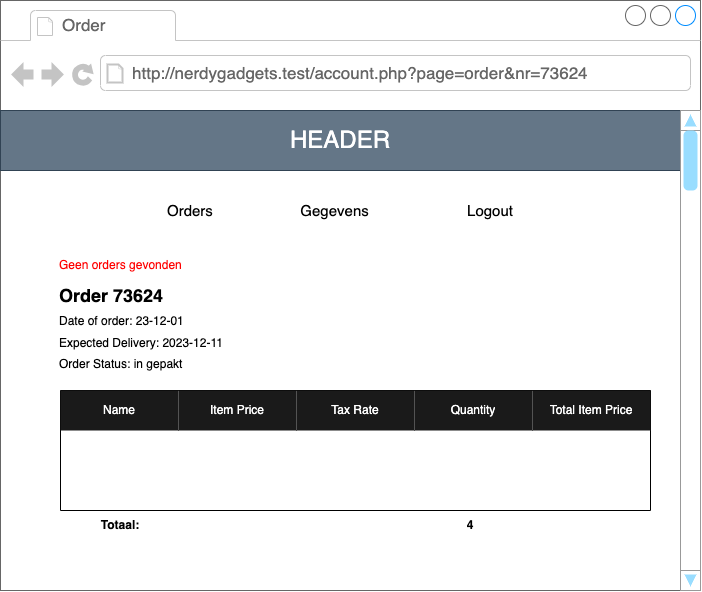
The draw.io diagram drawio/wireframe/KlantOrderDetails_sprint_6wireframe.drawio.png in Naraquoth/nerdygadgets, before a commit. Source tidied: cells renumbered, new cells last; positions are measured from the earlier drawing's top-left corner, leaving out a move shared by most shapes.
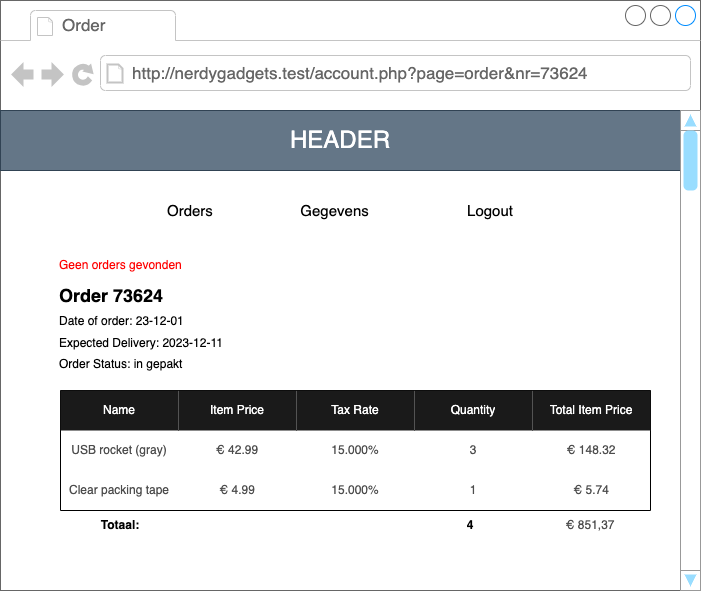
Later version of the same file.

Commit message:
collor fix wireframe

The edit, as a diff of the source:
```diff
@@ -47,37 +47,37 @@
     <mxCell id="16" style="shape=tableRow;horizontal=0;startSize=0;swimlaneHead=0;swimlaneBody=0;top=0;left=0;bottom=0;right=0;fillColor=none;fontColor=#FFFFFF;" parent="9" vertex="1">
       <mxGeometry y="40" width="590" height="40" as="geometry" />
     </mxCell>
-    <mxCell id="17" value="USB rocket (gray)" style="shape=partialRectangle;html=1;whiteSpace=wrap;fillColor=none;top=0;left=0;bottom=0;right=0;overflow=hidden;fontSize=12;fontColor=#FFFFFF;" parent="16" vertex="1">
+    <mxCell id="17" value="&lt;font color=&quot;#4d4d4d&quot;&gt;USB rocket (gray)&lt;/font&gt;" style="shape=partialRectangle;html=1;whiteSpace=wrap;fillColor=none;top=0;left=0;bottom=0;right=0;overflow=hidden;fontSize=12;fontColor=#FFFFFF;" parent="16" vertex="1">
       <mxGeometry width="118" height="40" as="geometry" />
     </mxCell>
-    <mxCell id="18" value="€ 42.99" style="shape=partialRectangle;html=1;whiteSpace=wrap;fillColor=none;top=0;left=0;bottom=0;right=0;overflow=hidden;fontSize=12;fontColor=#FFFFFF;" parent="16" vertex="1">
+    <mxCell id="18" value="&lt;font color=&quot;#4d4d4d&quot;&gt;€ 42.99&lt;/font&gt;" style="shape=partialRectangle;html=1;whiteSpace=wrap;fillColor=none;top=0;left=0;bottom=0;right=0;overflow=hidden;fontSize=12;fontColor=#FFFFFF;" parent="16" vertex="1">
       <mxGeometry x="118" width="118" height="40" as="geometry" />
     </mxCell>
-    <mxCell id="19" value="15.000%" style="shape=partialRectangle;html=1;whiteSpace=wrap;fillColor=none;top=0;left=0;bottom=0;right=0;overflow=hidden;fontSize=12;fontColor=#FFFFFF;" parent="16" vertex="1">
+    <mxCell id="19" value="&lt;font color=&quot;#4d4d4d&quot;&gt;15.000%&lt;/font&gt;" style="shape=partialRectangle;html=1;whiteSpace=wrap;fillColor=none;top=0;left=0;bottom=0;right=0;overflow=hidden;fontSize=12;fontColor=#FFFFFF;" parent="16" vertex="1">
       <mxGeometry x="236" width="118" height="40" as="geometry" />
     </mxCell>
-    <mxCell id="20" value="3" style="shape=partialRectangle;html=1;whiteSpace=wrap;fillColor=none;top=0;left=0;bottom=0;right=0;overflow=hidden;fontSize=12;fontColor=#FFFFFF;" parent="16" vertex="1">
+    <mxCell id="20" value="&lt;font color=&quot;#4d4d4d&quot;&gt;3&lt;/font&gt;" style="shape=partialRectangle;html=1;whiteSpace=wrap;fillColor=none;top=0;left=0;bottom=0;right=0;overflow=hidden;fontSize=12;fontColor=#FFFFFF;" parent="16" vertex="1">
       <mxGeometry x="354" width="118" height="40" as="geometry" />
     </mxCell>
-    <mxCell id="21" value="€ 148.32" style="shape=partialRectangle;html=1;whiteSpace=wrap;fillColor=none;top=0;left=0;bottom=0;right=0;overflow=hidden;fontSize=12;fontColor=#FFFFFF;" parent="16" vertex="1">
+    <mxCell id="21" value="&lt;font color=&quot;#4d4d4d&quot;&gt;€ 148.32&lt;/font&gt;" style="shape=partialRectangle;html=1;whiteSpace=wrap;fillColor=none;top=0;left=0;bottom=0;right=0;overflow=hidden;fontSize=12;fontColor=#FFFFFF;" parent="16" vertex="1">
       <mxGeometry x="472" width="118" height="40" as="geometry" />
     </mxCell>
     <mxCell id="22" style="shape=tableRow;horizontal=0;startSize=0;swimlaneHead=0;swimlaneBody=0;top=0;left=0;bottom=0;right=0;fillColor=none;fontColor=#FFFFFF;" parent="9" vertex="1">
       <mxGeometry y="80" width="590" height="40" as="geometry" />
     </mxCell>
-    <mxCell id="23" value="Clear packing tape" style="shape=partialRectangle;html=1;whiteSpace=wrap;fillColor=none;top=0;left=0;bottom=0;right=0;overflow=hidden;fontSize=12;fontColor=#FFFFFF;" parent="22" vertex="1">
+    <mxCell id="23" value="&lt;font color=&quot;#4d4d4d&quot;&gt;Clear packing tape&lt;/font&gt;" style="shape=partialRectangle;html=1;whiteSpace=wrap;fillColor=none;top=0;left=0;bottom=0;right=0;overflow=hidden;fontSize=12;fontColor=#FFFFFF;" parent="22" vertex="1">
       <mxGeometry width="118" height="40" as="geometry" />
     </mxCell>
-    <mxCell id="24" value="€ 4.99" style="shape=partialRectangle;html=1;whiteSpace=wrap;fillColor=none;top=0;left=0;bottom=0;right=0;overflow=hidden;fontSize=12;fontColor=#FFFFFF;" parent="22" vertex="1">
+    <mxCell id="24" value="&lt;font color=&quot;#4d4d4d&quot;&gt;€ 4.99&lt;/font&gt;" style="shape=partialRectangle;html=1;whiteSpace=wrap;fillColor=none;top=0;left=0;bottom=0;right=0;overflow=hidden;fontSize=12;fontColor=#FFFFFF;" parent="22" vertex="1">
       <mxGeometry x="118" width="118" height="40" as="geometry" />
     </mxCell>
-    <mxCell id="25" value="15.000%" style="shape=partialRectangle;html=1;whiteSpace=wrap;fillColor=none;top=0;left=0;bottom=0;right=0;overflow=hidden;fontSize=12;fontColor=#FFFFFF;" parent="22" vertex="1">
+    <mxCell id="25" value="&lt;font color=&quot;#4d4d4d&quot;&gt;15.000%&lt;/font&gt;" style="shape=partialRectangle;html=1;whiteSpace=wrap;fillColor=none;top=0;left=0;bottom=0;right=0;overflow=hidden;fontSize=12;fontColor=#FFFFFF;" parent="22" vertex="1">
       <mxGeometry x="236" width="118" height="40" as="geometry" />
     </mxCell>
-    <mxCell id="26" value="1" style="shape=partialRectangle;html=1;whiteSpace=wrap;fillColor=none;top=0;left=0;bottom=0;right=0;overflow=hidden;fontSize=12;fontColor=#FFFFFF;" parent="22" vertex="1">
+    <mxCell id="26" value="&lt;font style=&quot;&quot; color=&quot;#4d4d4d&quot;&gt;1&lt;/font&gt;" style="shape=partialRectangle;html=1;whiteSpace=wrap;fillColor=none;top=0;left=0;bottom=0;right=0;overflow=hidden;fontSize=12;fontColor=#FFFFFF;" parent="22" vertex="1">
       <mxGeometry x="354" width="118" height="40" as="geometry" />
     </mxCell>
-    <mxCell id="27" value="€ 5.74" style="shape=partialRectangle;html=1;whiteSpace=wrap;fillColor=none;top=0;left=0;bottom=0;right=0;overflow=hidden;fontSize=12;fontColor=#FFFFFF;" parent="22" vertex="1">
+    <mxCell id="27" value="&lt;font color=&quot;#4d4d4d&quot;&gt;€ 5.74&lt;/font&gt;" style="shape=partialRectangle;html=1;whiteSpace=wrap;fillColor=none;top=0;left=0;bottom=0;right=0;overflow=hidden;fontSize=12;fontColor=#FFFFFF;" parent="22" vertex="1">
       <mxGeometry x="472" width="118" height="40" as="geometry" />
     </mxCell>
     <mxCell id="28" value="&lt;b&gt;&lt;font style=&quot;font-size: 18px;&quot;&gt;Order 73624&lt;/font&gt;&lt;/b&gt;" style="text;html=1;strokeColor=none;fillColor=none;align=left;verticalAlign=middle;whiteSpace=wrap;rounded=0;" parent="2" vertex="1">
@@ -92,7 +92,7 @@
     <mxCell id="31" value="&lt;b&gt;4&lt;/b&gt;" style="text;html=1;strokeColor=none;fillColor=none;align=center;verticalAlign=middle;whiteSpace=wrap;rounded=0;fontSize=12;" parent="2" vertex="1">
       <mxGeometry x="410" y="510" width="120" height="30" as="geometry" />
     </mxCell>
-    <mxCell id="32" value="&lt;span style=&quot;color: rgb(255, 255, 255); font-family: Helvetica; font-size: 12px; font-style: normal; font-variant-ligatures: normal; font-variant-caps: normal; font-weight: 400; letter-spacing: normal; orphans: 2; text-align: center; text-indent: 0px; text-transform: none; widows: 2; word-spacing: 0px; -webkit-text-stroke-width: 0px; text-decoration-thickness: initial; text-decoration-style: initial; text-decoration-color: initial; float: none; display: inline !important;&quot;&gt;€ 851,37&lt;/span&gt;" style="text;html=1;strokeColor=none;fillColor=none;align=center;verticalAlign=middle;whiteSpace=wrap;rounded=0;fontSize=12;" parent="2" vertex="1">
+    <mxCell id="32" value="&lt;span style=&quot;font-family: Helvetica; font-size: 12px; font-style: normal; font-variant-ligatures: normal; font-variant-caps: normal; font-weight: 400; letter-spacing: normal; orphans: 2; text-align: center; text-indent: 0px; text-transform: none; widows: 2; word-spacing: 0px; -webkit-text-stroke-width: 0px; text-decoration-thickness: initial; text-decoration-style: initial; text-decoration-color: initial; float: none; display: inline !important;&quot;&gt;&lt;font color=&quot;#4d4d4d&quot;&gt;€ 851,37&lt;/font&gt;&lt;/span&gt;" style="text;html=1;strokeColor=none;fillColor=none;align=center;verticalAlign=middle;whiteSpace=wrap;rounded=0;fontSize=12;" parent="2" vertex="1">
       <mxGeometry x="530" y="510" width="120" height="30" as="geometry" />
     </mxCell>
   </root>
```
